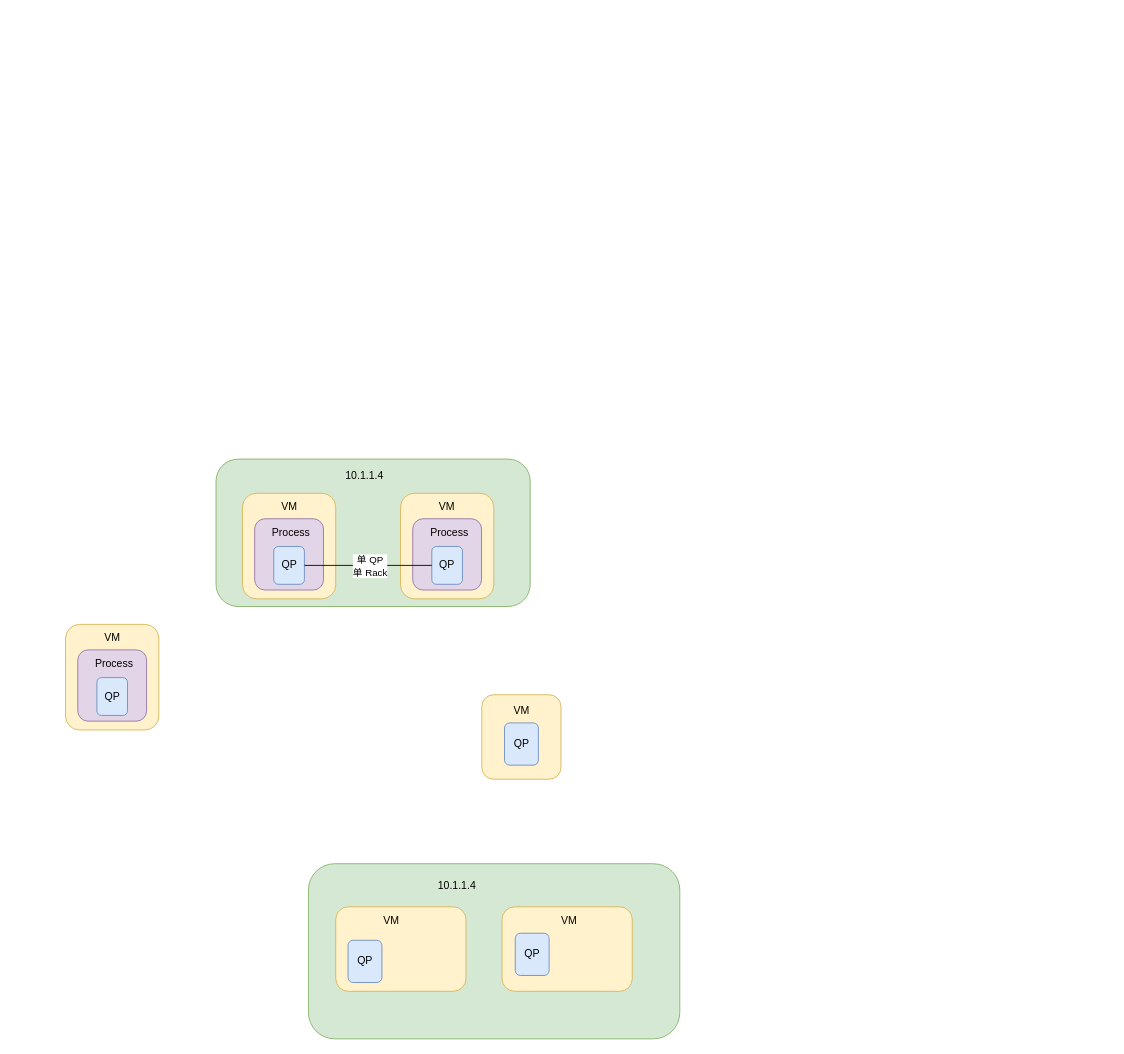
should4/TCU-AutoTest keeps this draw.io diagram as topo.drawio. Above is the earlier version. Source tidied: cells renumbered, new cells numbered last; positions are measured from the earlier drawing's top-left corner, leaving out a move shared by most shapes. Both pictures are drawn from the tidied source at 88%, with x=0, y=0 at pixel (65, 458).
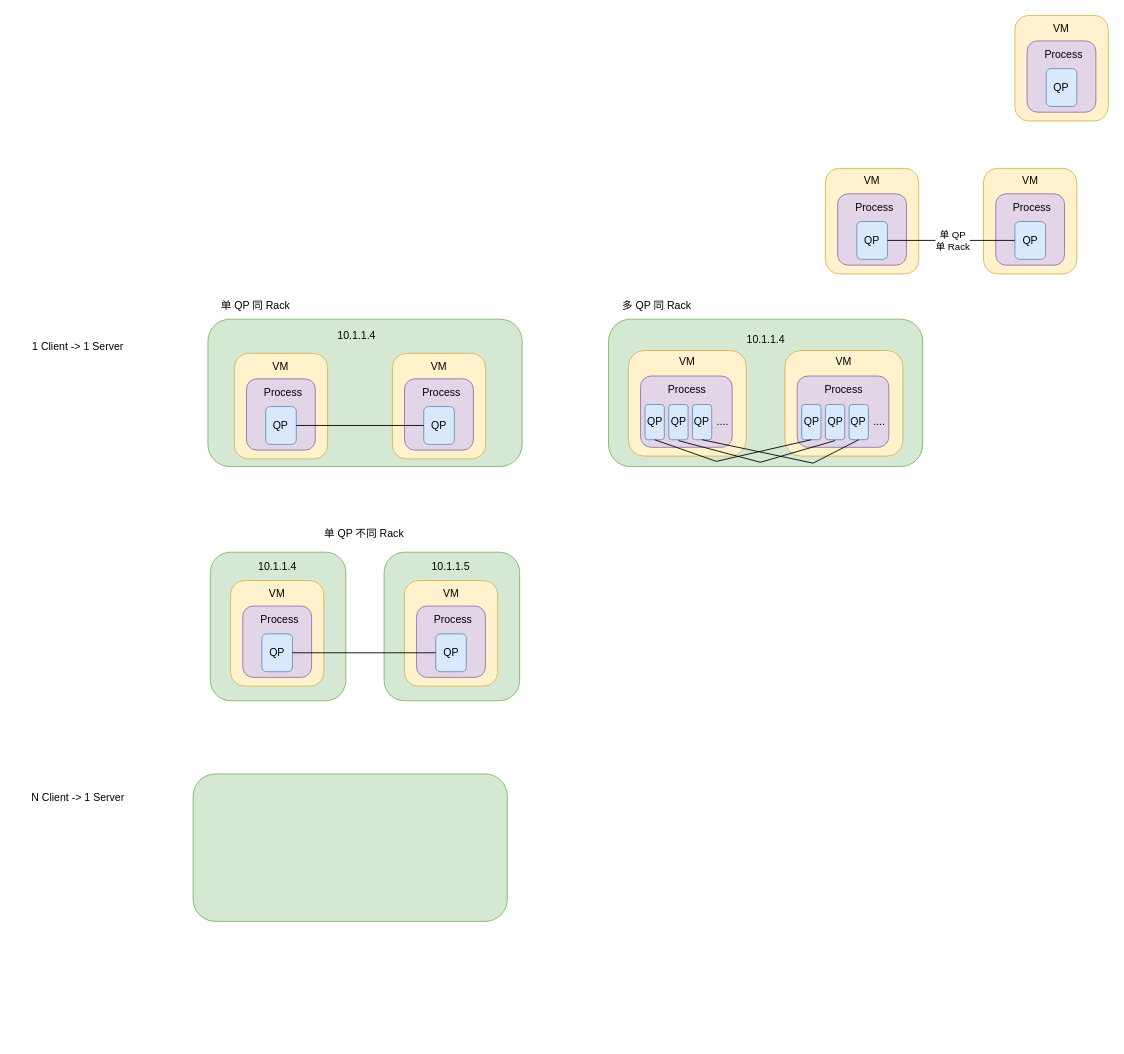
The same diagram, later.

Unchanged cells that the change refers to:
```xml
<mxCell id="25" style="endArrow=none;html=1;rounded=0;exitX=1;exitY=0.5;exitDx=0;exitDy=0;entryX=0;entryY=0.5;entryDx=0;entryDy=0;" parent="1" edge="1" source="23" target="18">
  <mxGeometry relative="1" as="geometry" />
</mxCell>
```

The edit, as a diff of the source:
```diff
@@
+    <mxCell id="32" style="rounded=1;whiteSpace=wrap;html=1;fillColor=#d5e8d4;strokeColor=#82b366;" parent="1" vertex="1">
+      <mxGeometry x="617" y="-158.8" width="357" height="167.5" as="geometry" />
+    </mxCell>
     <mxCell id="2" style="rounded=1;whiteSpace=wrap;html=1;fillColor=#d5e8d4;strokeColor=#82b366;" parent="1" vertex="1">
-      <mxGeometry x="171" y="0.2" width="357" height="167.5" as="geometry" />
+      <mxGeometry x="161.8" y="-158.8" width="357" height="167.5" as="geometry" />
     </mxCell>
     <mxCell id="3" style="rounded=1;whiteSpace=wrap;html=1;fillColor=#fff2cc;strokeColor=#d6b656;" parent="1" vertex="1">
-      <mxGeometry x="380.6" y="39" width="106" height="120" as="geometry" />
+      <mxGeometry x="371.4" y="-120" width="106" height="120" as="geometry" />
     </mxCell>
     <mxCell id="4" value="VM" style="text;strokeColor=none;align=center;fillColor=none;html=1;verticalAlign=middle;whiteSpace=wrap;rounded=0;" parent="1" vertex="1">
-      <mxGeometry x="408.1" y="47" width="51" height="13" as="geometry" />
+      <mxGeometry x="398.9" y="-112" width="51" height="13" as="geometry" />
     </mxCell>
-    <mxCell id="5" style="rounded=1;whiteSpace=wrap;html=1;fillColor=#fff2cc;strokeColor=#d6b656;" parent="1" vertex="1">
-      <mxGeometry x="473" y="268" width="90" height="96" as="geometry" />
-    </mxCell>
-    <mxCell id="6" value="QP" style="rounded=1;whiteSpace=wrap;html=1;fillColor=#dae8fc;strokeColor=#6c8ebf;" parent="1" vertex="1">
-      <mxGeometry x="498.8" y="300" width="38.5" height="48" as="geometry" />
-    </mxCell>
-    <mxCell id="7" value="VM" style="text;strokeColor=none;align=center;fillColor=none;html=1;verticalAlign=middle;whiteSpace=wrap;rounded=0;" parent="1" vertex="1">
-      <mxGeometry x="492.5" y="279" width="51" height="13" as="geometry" />
-    </mxCell>
     <mxCell id="8" value="10.1.1.4" style="text;strokeColor=none;align=center;fillColor=none;html=1;verticalAlign=middle;whiteSpace=wrap;rounded=0;" parent="1" vertex="1">
-      <mxGeometry x="284.2" y="4" width="112" height="30" as="geometry" />
+      <mxGeometry x="275" y="-155" width="112" height="30" as="geometry" />
     </mxCell>
-    <mxCell id="9" style="rounded=1;whiteSpace=wrap;html=1;fillColor=#d5e8d4;strokeColor=#82b366;" parent="1" vertex="1">
-      <mxGeometry x="276" y="460" width="422" height="199" as="geometry" />
-    </mxCell>
-    <mxCell id="10" style="rounded=1;whiteSpace=wrap;html=1;fillColor=#fff2cc;strokeColor=#d6b656;" parent="1" vertex="1">
-      <mxGeometry x="496" y="509" width="148" height="96" as="geometry" />
-    </mxCell>
-    <mxCell id="11" value="QP" style="rounded=1;whiteSpace=wrap;html=1;fillColor=#dae8fc;strokeColor=#6c8ebf;" parent="1" vertex="1">
-      <mxGeometry x="511" y="539" width="38.5" height="48" as="geometry" />
-    </mxCell>
-    <mxCell id="12" value="VM" style="text;strokeColor=none;align=center;fillColor=none;html=1;verticalAlign=middle;whiteSpace=wrap;rounded=0;" parent="1" vertex="1">
-      <mxGeometry x="547" y="518" width="51" height="13" as="geometry" />
-    </mxCell>
-    <mxCell id="13" value="10.1.1.4" style="text;strokeColor=none;align=center;fillColor=none;html=1;verticalAlign=middle;whiteSpace=wrap;rounded=0;" parent="1" vertex="1">
-      <mxGeometry x="389.2" y="470" width="112" height="30" as="geometry" />
-    </mxCell>
-    <mxCell id="14" style="rounded=1;whiteSpace=wrap;html=1;fillColor=#fff2cc;strokeColor=#d6b656;" parent="1" vertex="1">
-      <mxGeometry x="307" y="509" width="148" height="96" as="geometry" />
-    </mxCell>
-    <mxCell id="15" value="QP" style="rounded=1;whiteSpace=wrap;html=1;fillColor=#dae8fc;strokeColor=#6c8ebf;" parent="1" vertex="1">
-      <mxGeometry x="321" y="547" width="38.5" height="48" as="geometry" />
-    </mxCell>
-    <mxCell id="16" value="VM" style="text;strokeColor=none;align=center;fillColor=none;html=1;verticalAlign=middle;whiteSpace=wrap;rounded=0;" parent="1" vertex="1">
-      <mxGeometry x="344.5" y="518" width="51" height="13" as="geometry" />
-    </mxCell>
     <mxCell id="17" style="rounded=1;whiteSpace=wrap;html=1;fillColor=#e1d5e7;strokeColor=#9673a6;" parent="1" vertex="1">
-      <mxGeometry x="394.5" y="68" width="78.2" height="81" as="geometry" />
+      <mxGeometry x="385.2" y="-91" width="78.2" height="81" as="geometry" />
     </mxCell>
     <mxCell id="18" value="QP" style="rounded=1;whiteSpace=wrap;html=1;fillColor=#dae8fc;strokeColor=#6c8ebf;" parent="1" vertex="1">
-      <mxGeometry x="416.2" y="99.5" width="34.8" height="43" as="geometry" />
+      <mxGeometry x="407" y="-59.5" width="34.8" height="43" as="geometry" />
     </mxCell>
     <mxCell id="19" value="Process" style="text;strokeColor=none;align=center;fillColor=none;html=1;verticalAlign=middle;whiteSpace=wrap;rounded=0;" parent="1" vertex="1">
-      <mxGeometry x="409.8" y="76" width="53.2" height="16" as="geometry" />
+      <mxGeometry x="400.5" y="-83" width="53.2" height="16" as="geometry" />
     </mxCell>
     <mxCell id="20" style="rounded=1;whiteSpace=wrap;html=1;fillColor=#fff2cc;strokeColor=#d6b656;" parent="1" vertex="1">
-      <mxGeometry x="201" y="39" width="106" height="120" as="geometry" />
+      <mxGeometry x="191.8" y="-120" width="106" height="120" as="geometry" />
     </mxCell>
     <mxCell id="21" value="VM" style="text;strokeColor=none;align=center;fillColor=none;html=1;verticalAlign=middle;whiteSpace=wrap;rounded=0;" parent="1" vertex="1">
-      <mxGeometry x="228.5" y="47" width="51" height="13" as="geometry" />
+      <mxGeometry x="219.2" y="-112" width="51" height="13" as="geometry" />
     </mxCell>
     <mxCell id="22" style="rounded=1;whiteSpace=wrap;html=1;fillColor=#e1d5e7;strokeColor=#9673a6;" parent="1" vertex="1">
-      <mxGeometry x="214.9" y="68" width="78.2" height="81" as="geometry" />
+      <mxGeometry x="205.6" y="-91" width="78.2" height="81" as="geometry" />
     </mxCell>
     <mxCell id="23" value="QP" style="rounded=1;whiteSpace=wrap;html=1;fillColor=#dae8fc;strokeColor=#6c8ebf;" parent="1" vertex="1">
-      <mxGeometry x="236.6" y="99.5" width="34.8" height="43" as="geometry" />
+      <mxGeometry x="227.4" y="-59.5" width="34.8" height="43" as="geometry" />
     </mxCell>
     <mxCell id="24" value="Process" style="text;strokeColor=none;align=center;fillColor=none;html=1;verticalAlign=middle;whiteSpace=wrap;rounded=0;" parent="1" vertex="1">
-      <mxGeometry x="230.1" y="76" width="53.2" height="16" as="geometry" />
+      <mxGeometry x="220.9" y="-83" width="53.2" height="16" as="geometry" />
     </mxCell>
@@
-    <mxCell id="26" value="单 QP&lt;div&gt;单 Rack&lt;/div&gt;" style="edgeLabel;html=1;align=center;verticalAlign=middle;" parent="25" vertex="1">
-      <mxGeometry x="0.02" relative="1" as="geometry" />
-    </mxCell>
     <mxCell id="27" style="rounded=1;whiteSpace=wrap;html=1;fillColor=#fff2cc;strokeColor=#d6b656;" parent="1" vertex="1">
-      <mxGeometry y="188" width="106" height="120" as="geometry" />
+      <mxGeometry x="639.5" y="-123.2" width="134" height="120" as="geometry" />
     </mxCell>
     <mxCell id="28" value="VM" style="text;strokeColor=none;align=center;fillColor=none;html=1;verticalAlign=middle;whiteSpace=wrap;rounded=0;" parent="1" vertex="1">
-      <mxGeometry x="27.5" y="196" width="51" height="13" as="geometry" />
+      <mxGeometry x="681" y="-116.2" width="51" height="13" as="geometry" />
     </mxCell>
     <mxCell id="29" style="rounded=1;whiteSpace=wrap;html=1;fillColor=#e1d5e7;strokeColor=#9673a6;" parent="1" vertex="1">
-      <mxGeometry x="13.9" y="217" width="78.2" height="81" as="geometry" />
+      <mxGeometry x="653.4" y="-94.2" width="104.1" height="81" as="geometry" />
     </mxCell>
     <mxCell id="30" value="QP" style="rounded=1;whiteSpace=wrap;html=1;fillColor=#dae8fc;strokeColor=#6c8ebf;" parent="1" vertex="1">
-      <mxGeometry x="35.6" y="248.5" width="34.8" height="43" as="geometry" />
+      <mxGeometry x="658.5" y="-61.8" width="21.9" height="40" as="geometry" />
     </mxCell>
     <mxCell id="31" value="Process" style="text;strokeColor=none;align=center;fillColor=none;html=1;verticalAlign=middle;whiteSpace=wrap;rounded=0;" parent="1" vertex="1">
-      <mxGeometry x="29.1" y="225" width="53.2" height="16" as="geometry" />
+      <mxGeometry x="679.9" y="-86.2" width="53.2" height="16" as="geometry" />
     </mxCell>
+    <mxCell id="33" style="rounded=1;whiteSpace=wrap;html=1;fillColor=#d5e8d4;strokeColor=#82b366;" parent="1" vertex="1">
+      <mxGeometry x="145" y="358" width="357" height="167.5" as="geometry" />
+    </mxCell>
+    <mxCell id="34" style="rounded=1;whiteSpace=wrap;html=1;fillColor=#fff2cc;strokeColor=#d6b656;" parent="1" vertex="1">
+      <mxGeometry x="1043.1" y="-330.2" width="106" height="120" as="geometry" />
+    </mxCell>
+    <mxCell id="35" value="VM" style="text;strokeColor=none;align=center;fillColor=none;html=1;verticalAlign=middle;whiteSpace=wrap;rounded=0;" parent="1" vertex="1">
+      <mxGeometry x="1070.6" y="-322.2" width="51" height="13" as="geometry" />
+    </mxCell>
+    <mxCell id="36" style="rounded=1;whiteSpace=wrap;html=1;fillColor=#e1d5e7;strokeColor=#9673a6;" parent="1" vertex="1">
+      <mxGeometry x="1057" y="-301.2" width="78.2" height="81" as="geometry" />
+    </mxCell>
+    <mxCell id="37" value="QP" style="rounded=1;whiteSpace=wrap;html=1;fillColor=#dae8fc;strokeColor=#6c8ebf;" parent="1" vertex="1">
+      <mxGeometry x="1078.8" y="-269.8" width="34.8" height="43" as="geometry" />
+    </mxCell>
+    <mxCell id="38" value="Process" style="text;strokeColor=none;align=center;fillColor=none;html=1;verticalAlign=middle;whiteSpace=wrap;rounded=0;" parent="1" vertex="1">
+      <mxGeometry x="1072.2" y="-293.2" width="53.2" height="16" as="geometry" />
+    </mxCell>
+    <mxCell id="39" style="rounded=1;whiteSpace=wrap;html=1;fillColor=#fff2cc;strokeColor=#d6b656;" parent="1" vertex="1">
+      <mxGeometry x="863.5" y="-330.2" width="106" height="120" as="geometry" />
+    </mxCell>
+    <mxCell id="40" value="VM" style="text;strokeColor=none;align=center;fillColor=none;html=1;verticalAlign=middle;whiteSpace=wrap;rounded=0;" parent="1" vertex="1">
+      <mxGeometry x="891" y="-322.2" width="51" height="13" as="geometry" />
+    </mxCell>
+    <mxCell id="41" style="rounded=1;whiteSpace=wrap;html=1;fillColor=#e1d5e7;strokeColor=#9673a6;" parent="1" vertex="1">
+      <mxGeometry x="877.4" y="-301.2" width="78.2" height="81" as="geometry" />
+    </mxCell>
+    <mxCell id="42" value="QP" style="rounded=1;whiteSpace=wrap;html=1;fillColor=#dae8fc;strokeColor=#6c8ebf;" parent="1" vertex="1">
+      <mxGeometry x="899.1" y="-269.8" width="34.8" height="43" as="geometry" />
+    </mxCell>
+    <mxCell id="43" value="Process" style="text;strokeColor=none;align=center;fillColor=none;html=1;verticalAlign=middle;whiteSpace=wrap;rounded=0;" parent="1" vertex="1">
+      <mxGeometry x="892.6" y="-293.2" width="53.2" height="16" as="geometry" />
+    </mxCell>
+    <mxCell id="44" style="endArrow=none;html=1;rounded=0;exitX=1;exitY=0.5;exitDx=0;exitDy=0;entryX=0;entryY=0.5;entryDx=0;entryDy=0;" parent="1" edge="1" source="42" target="37">
+      <mxGeometry relative="1" as="geometry" />
+    </mxCell>
+    <mxCell id="26" value="单 QP&lt;div&gt;单 Rack&lt;/div&gt;" style="edgeLabel;html=1;align=center;verticalAlign=middle;" parent="44" vertex="1">
+      <mxGeometry x="0.02" relative="1" as="geometry" />
+    </mxCell>
+    <mxCell id="45" value="单 QP 同 Rack" style="text;strokeColor=none;align=center;fillColor=none;html=1;verticalAlign=middle;whiteSpace=wrap;rounded=0;" parent="1" vertex="1">
+      <mxGeometry x="160.8" y="-188.8" width="109.5" height="30" as="geometry" />
+    </mxCell>
+    <mxCell id="46" style="edgeStyle=orthogonalEdgeStyle;rounded=0;orthogonalLoop=1;jettySize=auto;html=1;exitX=0.5;exitY=1;exitDx=0;exitDy=0;" parent="1" edge="1" source="28" target="28">
+      <mxGeometry relative="1" as="geometry" />
+    </mxCell>
+    <mxCell id="47" value="QP" style="rounded=1;whiteSpace=wrap;html=1;fillColor=#dae8fc;strokeColor=#6c8ebf;" parent="1" vertex="1">
+      <mxGeometry x="685.5" y="-61.8" width="21.9" height="40" as="geometry" />
+    </mxCell>
+    <mxCell id="48" value="...." style="text;strokeColor=none;align=center;fillColor=none;html=1;verticalAlign=middle;whiteSpace=wrap;rounded=0;" parent="1" vertex="1">
+      <mxGeometry x="734.2" y="-50.8" width="26.1" height="17.5" as="geometry" />
+    </mxCell>
+    <mxCell id="49" value="QP" style="rounded=1;whiteSpace=wrap;html=1;fillColor=#dae8fc;strokeColor=#6c8ebf;" parent="1" vertex="1">
+      <mxGeometry x="712.4" y="-61.8" width="21.9" height="40" as="geometry" />
+    </mxCell>
+    <mxCell id="50" style="rounded=1;whiteSpace=wrap;html=1;fillColor=#fff2cc;strokeColor=#d6b656;" parent="1" vertex="1">
+      <mxGeometry x="817.5" y="-123.2" width="134" height="120" as="geometry" />
+    </mxCell>
+    <mxCell id="51" value="VM" style="text;strokeColor=none;align=center;fillColor=none;html=1;verticalAlign=middle;whiteSpace=wrap;rounded=0;" parent="1" vertex="1">
+      <mxGeometry x="859" y="-116.2" width="51" height="13" as="geometry" />
+    </mxCell>
+    <mxCell id="52" style="rounded=1;whiteSpace=wrap;html=1;fillColor=#e1d5e7;strokeColor=#9673a6;" parent="1" vertex="1">
+      <mxGeometry x="831.4" y="-94.2" width="104.1" height="81" as="geometry" />
+    </mxCell>
+    <mxCell id="53" value="QP" style="rounded=1;whiteSpace=wrap;html=1;fillColor=#dae8fc;strokeColor=#6c8ebf;" parent="1" vertex="1">
+      <mxGeometry x="836.5" y="-61.8" width="21.9" height="40" as="geometry" />
+    </mxCell>
+    <mxCell id="54" value="Process" style="text;strokeColor=none;align=center;fillColor=none;html=1;verticalAlign=middle;whiteSpace=wrap;rounded=0;" parent="1" vertex="1">
+      <mxGeometry x="857.9" y="-86.2" width="53.2" height="16" as="geometry" />
+    </mxCell>
+    <mxCell id="55" style="edgeStyle=orthogonalEdgeStyle;rounded=0;orthogonalLoop=1;jettySize=auto;html=1;exitX=0.5;exitY=1;exitDx=0;exitDy=0;" parent="1" edge="1" source="51" target="51">
+      <mxGeometry relative="1" as="geometry" />
+    </mxCell>
+    <mxCell id="56" value="QP" style="rounded=1;whiteSpace=wrap;html=1;fillColor=#dae8fc;strokeColor=#6c8ebf;" parent="1" vertex="1">
+      <mxGeometry x="863.5" y="-61.8" width="21.9" height="40" as="geometry" />
+    </mxCell>
+    <mxCell id="57" value="...." style="text;strokeColor=none;align=center;fillColor=none;html=1;verticalAlign=middle;whiteSpace=wrap;rounded=0;" parent="1" vertex="1">
+      <mxGeometry x="912.2" y="-50.8" width="26.1" height="17.5" as="geometry" />
+    </mxCell>
+    <mxCell id="58" value="QP" style="rounded=1;whiteSpace=wrap;html=1;fillColor=#dae8fc;strokeColor=#6c8ebf;" parent="1" vertex="1">
+      <mxGeometry x="890.4" y="-61.8" width="21.9" height="40" as="geometry" />
+    </mxCell>
+    <mxCell id="59" style="endArrow=none;html=1;rounded=0;exitX=0.5;exitY=1;exitDx=0;exitDy=0;entryX=0.5;entryY=1;entryDx=0;entryDy=0;" parent="1" edge="1" source="30" target="53">
+      <mxGeometry relative="1" as="geometry">
+        <Array as="points">
+          <mxPoint x="739.5" y="2.8" />
+        </Array>
+      </mxGeometry>
+    </mxCell>
+    <mxCell id="60" style="endArrow=none;html=1;rounded=0;exitX=0.5;exitY=1;exitDx=0;exitDy=0;entryX=0.5;entryY=1;entryDx=0;entryDy=0;" parent="1" edge="1">
+      <mxGeometry relative="1" as="geometry">
+        <mxPoint x="696.4" y="-20.8" as="sourcePoint" />
+        <mxPoint x="874.4" y="-20.8" as="targetPoint" />
+        <Array as="points">
+          <mxPoint x="789.5" y="3.8" />
+        </Array>
+      </mxGeometry>
+    </mxCell>
+    <mxCell id="61" style="endArrow=none;html=1;rounded=0;exitX=0.5;exitY=1;exitDx=0;exitDy=0;entryX=0.5;entryY=1;entryDx=0;entryDy=0;" parent="1" edge="1" source="49" target="58">
+      <mxGeometry relative="1" as="geometry">
+        <Array as="points">
+          <mxPoint x="849.5" y="4.8" />
+        </Array>
+      </mxGeometry>
+    </mxCell>
+    <mxCell id="62" value="多 QP 同 Rack" style="text;strokeColor=none;align=center;fillColor=none;html=1;verticalAlign=middle;whiteSpace=wrap;rounded=0;" parent="1" vertex="1">
+      <mxGeometry x="617" y="-188.8" width="109.5" height="30" as="geometry" />
+    </mxCell>
+    <mxCell id="63" style="rounded=1;whiteSpace=wrap;html=1;fillColor=#d5e8d4;strokeColor=#82b366;" parent="1" vertex="1">
+      <mxGeometry x="164.5" y="106" width="154" height="168.8" as="geometry" />
+    </mxCell>
+    <mxCell id="64" style="rounded=1;whiteSpace=wrap;html=1;fillColor=#fff2cc;strokeColor=#d6b656;" parent="1" vertex="1">
+      <mxGeometry x="187.5" y="138.2" width="106" height="120" as="geometry" />
+    </mxCell>
+    <mxCell id="65" value="VM" style="text;strokeColor=none;align=center;fillColor=none;html=1;verticalAlign=middle;whiteSpace=wrap;rounded=0;" parent="1" vertex="1">
+      <mxGeometry x="215" y="146.2" width="51" height="13" as="geometry" />
+    </mxCell>
+    <mxCell id="66" style="rounded=1;whiteSpace=wrap;html=1;fillColor=#e1d5e7;strokeColor=#9673a6;" parent="1" vertex="1">
+      <mxGeometry x="201.4" y="167.2" width="78.2" height="81" as="geometry" />
+    </mxCell>
+    <mxCell id="67" value="QP" style="rounded=1;whiteSpace=wrap;html=1;fillColor=#dae8fc;strokeColor=#6c8ebf;" parent="1" vertex="1">
+      <mxGeometry x="223.1" y="198.8" width="34.8" height="43" as="geometry" />
+    </mxCell>
+    <mxCell id="68" value="Process" style="text;strokeColor=none;align=center;fillColor=none;html=1;verticalAlign=middle;whiteSpace=wrap;rounded=0;" parent="1" vertex="1">
+      <mxGeometry x="216.6" y="175.2" width="53.2" height="16" as="geometry" />
+    </mxCell>
+    <mxCell id="69" style="rounded=1;whiteSpace=wrap;html=1;fillColor=#fff2cc;strokeColor=#d6b656;" parent="1" vertex="1">
+      <mxGeometry x="1078.8" y="-504" width="106" height="120" as="geometry" />
+    </mxCell>
+    <mxCell id="70" value="VM" style="text;strokeColor=none;align=center;fillColor=none;html=1;verticalAlign=middle;whiteSpace=wrap;rounded=0;" parent="1" vertex="1">
+      <mxGeometry x="1106.2" y="-496" width="51" height="13" as="geometry" />
+    </mxCell>
+    <mxCell id="71" style="rounded=1;whiteSpace=wrap;html=1;fillColor=#e1d5e7;strokeColor=#9673a6;" parent="1" vertex="1">
+      <mxGeometry x="1092.6" y="-475" width="78.2" height="81" as="geometry" />
+    </mxCell>
+    <mxCell id="72" value="QP" style="rounded=1;whiteSpace=wrap;html=1;fillColor=#dae8fc;strokeColor=#6c8ebf;" parent="1" vertex="1">
+      <mxGeometry x="1114.4" y="-443.5" width="34.8" height="43" as="geometry" />
+    </mxCell>
+    <mxCell id="73" value="Process" style="text;strokeColor=none;align=center;fillColor=none;html=1;verticalAlign=middle;whiteSpace=wrap;rounded=0;" parent="1" vertex="1">
+      <mxGeometry x="1107.9" y="-467" width="53.2" height="16" as="geometry" />
+    </mxCell>
+    <mxCell id="74" value="10.1.1.4" style="text;strokeColor=none;align=center;fillColor=none;html=1;verticalAlign=middle;whiteSpace=wrap;rounded=0;" parent="1" vertex="1">
+      <mxGeometry x="184.5" y="108.2" width="112" height="30" as="geometry" />
+    </mxCell>
+    <mxCell id="75" style="rounded=1;whiteSpace=wrap;html=1;fillColor=#d5e8d4;strokeColor=#82b366;" parent="1" vertex="1">
+      <mxGeometry x="362" y="106" width="154" height="168.8" as="geometry" />
+    </mxCell>
+    <mxCell id="76" style="rounded=1;whiteSpace=wrap;html=1;fillColor=#fff2cc;strokeColor=#d6b656;" parent="1" vertex="1">
+      <mxGeometry x="385" y="138.2" width="106" height="120" as="geometry" />
+    </mxCell>
+    <mxCell id="77" value="VM" style="text;strokeColor=none;align=center;fillColor=none;html=1;verticalAlign=middle;whiteSpace=wrap;rounded=0;" parent="1" vertex="1">
+      <mxGeometry x="412.5" y="146.2" width="51" height="13" as="geometry" />
+    </mxCell>
+    <mxCell id="78" style="rounded=1;whiteSpace=wrap;html=1;fillColor=#e1d5e7;strokeColor=#9673a6;" parent="1" vertex="1">
+      <mxGeometry x="398.9" y="167.2" width="78.2" height="81" as="geometry" />
+    </mxCell>
+    <mxCell id="79" value="QP" style="rounded=1;whiteSpace=wrap;html=1;fillColor=#dae8fc;strokeColor=#6c8ebf;" parent="1" vertex="1">
+      <mxGeometry x="420.6" y="198.8" width="34.8" height="43" as="geometry" />
+    </mxCell>
+    <mxCell id="80" value="Process" style="text;strokeColor=none;align=center;fillColor=none;html=1;verticalAlign=middle;whiteSpace=wrap;rounded=0;" parent="1" vertex="1">
+      <mxGeometry x="414.1" y="175.2" width="53.2" height="16" as="geometry" />
+    </mxCell>
+    <mxCell id="81" value="10.1.1.5" style="text;strokeColor=none;align=center;fillColor=none;html=1;verticalAlign=middle;whiteSpace=wrap;rounded=0;" parent="1" vertex="1">
+      <mxGeometry x="382" y="108.2" width="112" height="30" as="geometry" />
+    </mxCell>
+    <mxCell id="82" value="10.1.1.4" style="text;strokeColor=none;align=center;fillColor=none;html=1;verticalAlign=middle;whiteSpace=wrap;rounded=0;" parent="1" vertex="1">
+      <mxGeometry x="739.5" y="-150" width="112" height="30" as="geometry" />
+    </mxCell>
+    <mxCell id="83" style="endArrow=none;html=1;rounded=0;exitX=1;exitY=0.5;exitDx=0;exitDy=0;entryX=0;entryY=0.5;entryDx=0;entryDy=0;" parent="1" edge="1" source="67" target="79">
+      <mxGeometry relative="1" as="geometry" />
+    </mxCell>
+    <mxCell id="84" value="单 QP 不同 Rack" style="text;strokeColor=none;align=center;fillColor=none;html=1;verticalAlign=middle;whiteSpace=wrap;rounded=0;" parent="1" vertex="1">
+      <mxGeometry x="290" y="70" width="99" height="30" as="geometry" />
+    </mxCell>
+    <mxCell id="85" value="1 Client -&amp;gt; 1 Server&amp;nbsp;" style="text;strokeColor=none;align=center;fillColor=none;html=1;verticalAlign=middle;whiteSpace=wrap;rounded=0;" parent="1" vertex="1">
+      <mxGeometry x="-57" y="-142" width="145.6" height="30" as="geometry" />
+    </mxCell>
+    <mxCell id="86" value="N Client -&amp;gt; 1 Server&amp;nbsp;" style="text;strokeColor=none;align=center;fillColor=none;html=1;verticalAlign=middle;whiteSpace=wrap;rounded=0;" parent="1" vertex="1">
+      <mxGeometry x="-57" y="370" width="145.6" height="30" as="geometry" />
+    </mxCell>
```
